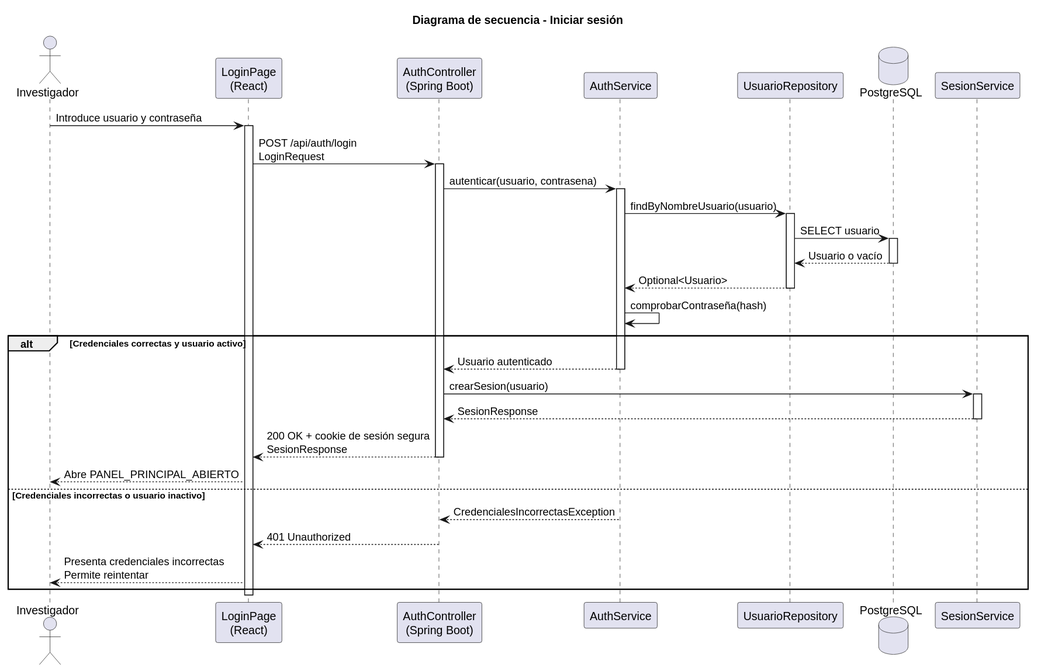
beatriizorozco/25-26-idsw2-sdVC keeps this PlantUML diagram as images/RUP/02-diseño/casos-uso/investigador/iniciarSesion/secuencia.svg. Above is the earlier version.
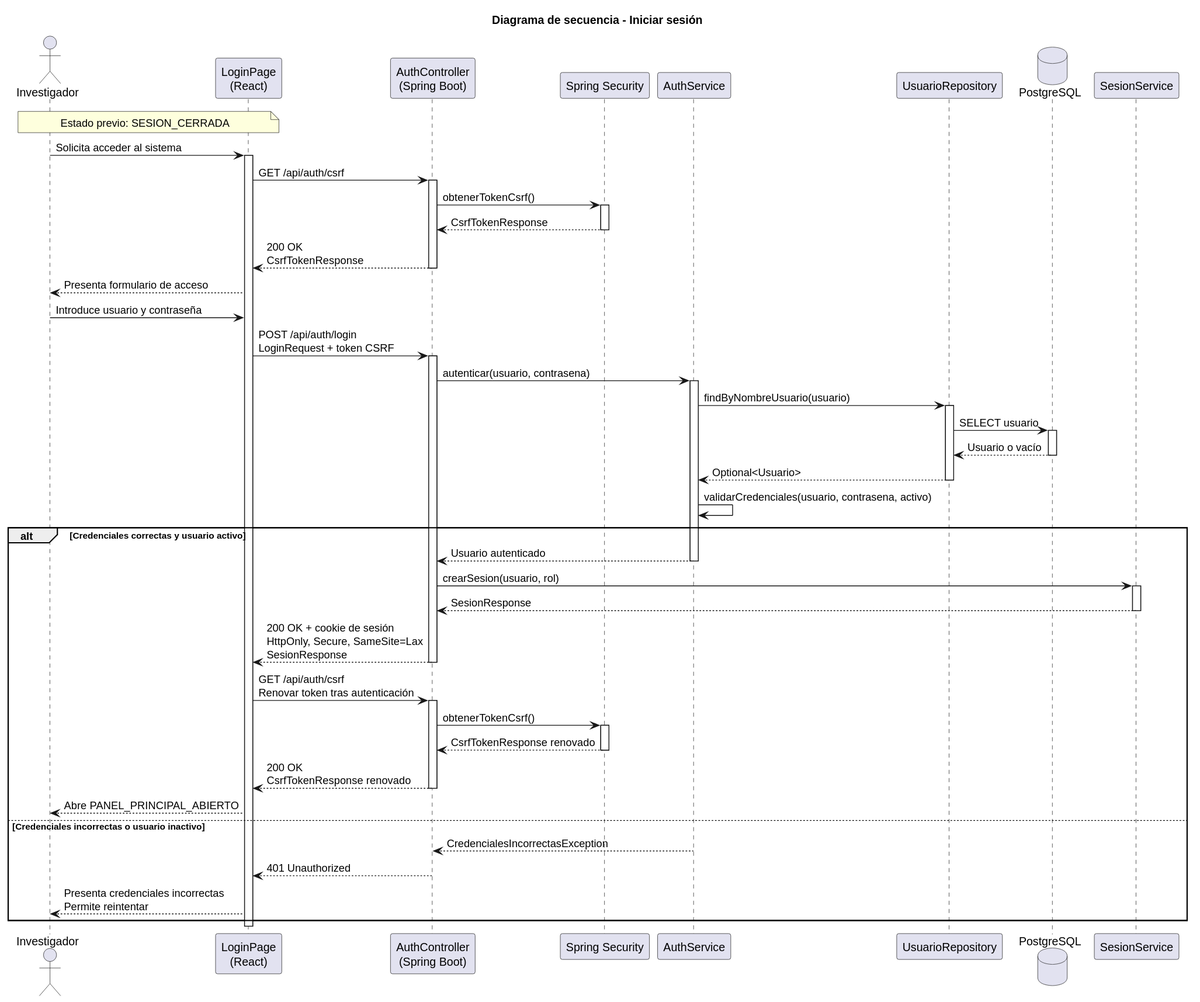
After the change.

Diff of the diagram source:
```diff
@@ -4,14 +4,29 @@
 actor Investigador
 participant "LoginPage\n(React)" as Frontend
 participant "AuthController\n(Spring Boot)" as Api
+participant "Spring Security" as Security
 participant "AuthService" as Auth
 participant "UsuarioRepository" as Repo
 database "PostgreSQL" as Database
 participant "SesionService" as Sesion
 
+note over Investigador, Frontend
+Estado previo: SESION_CERRADA
+end note
+
+Investigador -> Frontend: Solicita acceder al sistema
+activate Frontend
+Frontend -> Api: GET /api/auth/csrf
+activate Api
+Api -> Security: obtenerTokenCsrf()
+activate Security
+Security --> Api: CsrfTokenResponse
+deactivate Security
+Api --> Frontend: 200 OK\nCsrfTokenResponse
+deactivate Api
+Frontend --> Investigador: Presenta formulario de acceso
 Investigador -> Frontend: Introduce usuario y contraseña
-activate Frontend
-Frontend -> Api: POST /api/auth/login\nLoginRequest
+Frontend -> Api: POST /api/auth/login\nLoginRequest + token CSRF
 activate Api
 Api -> Auth: autenticar(usuario, contrasena)
 activate Auth
@@ -23,16 +38,24 @@
 deactivate Database
 Repo --> Auth: Optional<Usuario>
 deactivate Repo
-Auth -> Auth: comprobarContraseña(hash)
+Auth -> Auth: validarCredenciales(usuario, contrasena, activo)
 
 alt Credenciales correctas y usuario activo
     Auth --> Api: Usuario autenticado
     deactivate Auth
-    Api -> Sesion: crearSesion(usuario)
+    Api -> Sesion: crearSesion(usuario, rol)
     activate Sesion
     Sesion --> Api: SesionResponse
     deactivate Sesion
-    Api --> Frontend: 200 OK + cookie de sesión segura\nSesionResponse
+    Api --> Frontend: 200 OK + cookie de sesión\nHttpOnly, Secure, SameSite=Lax\nSesionResponse
+    deactivate Api
+    Frontend -> Api: GET /api/auth/csrf\nRenovar token tras autenticación
+    activate Api
+    Api -> Security: obtenerTokenCsrf()
+    activate Security
+    Security --> Api: CsrfTokenResponse renovado
+    deactivate Security
+    Api --> Frontend: 200 OK\nCsrfTokenResponse renovado
     deactivate Api
     Frontend --> Investigador: Abre PANEL_PRINCIPAL_ABIERTO
 else Credenciales incorrectas o usuario inactivo
```
